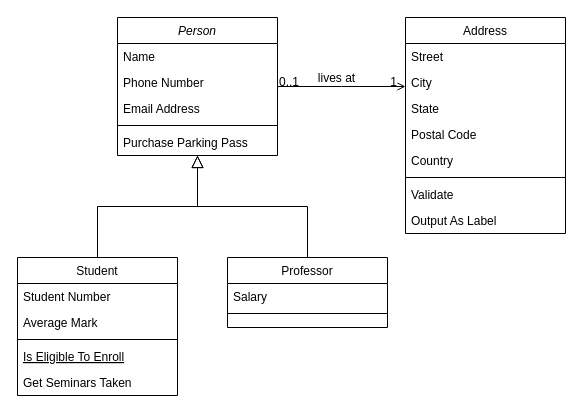
Above: space.drawio in hayden-pzhou/drawioChart (draw.io), before the change. Source tidied: cells renumbered, new cells numbered last; positions are measured from the earlier drawing's top-left corner, leaving out a move shared by most shapes. Both pictures are drawn from the tidied source at 100%, with x=0, y=0 at pixel (17, 17).
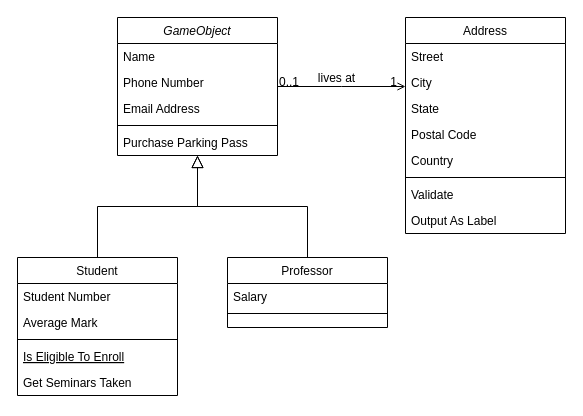
Above is the later version.

The edit, as a diff of the source:
```diff
@@
-    <mxCell id="2" value="Person" style="swimlane;fontStyle=2;align=center;verticalAlign=top;horizontal=1;startSize=26;rounded=0;shadow=0;strokeWidth=1;" parent="1" vertex="1">
+    <mxCell id="2" value="GameObject" style="swimlane;fontStyle=2;align=center;verticalAlign=top;horizontal=1;startSize=26;rounded=0;shadow=0;strokeWidth=1;" parent="1" vertex="1">
       <mxGeometry x="100" width="160" height="138" as="geometry" />
     </mxCell>
```
